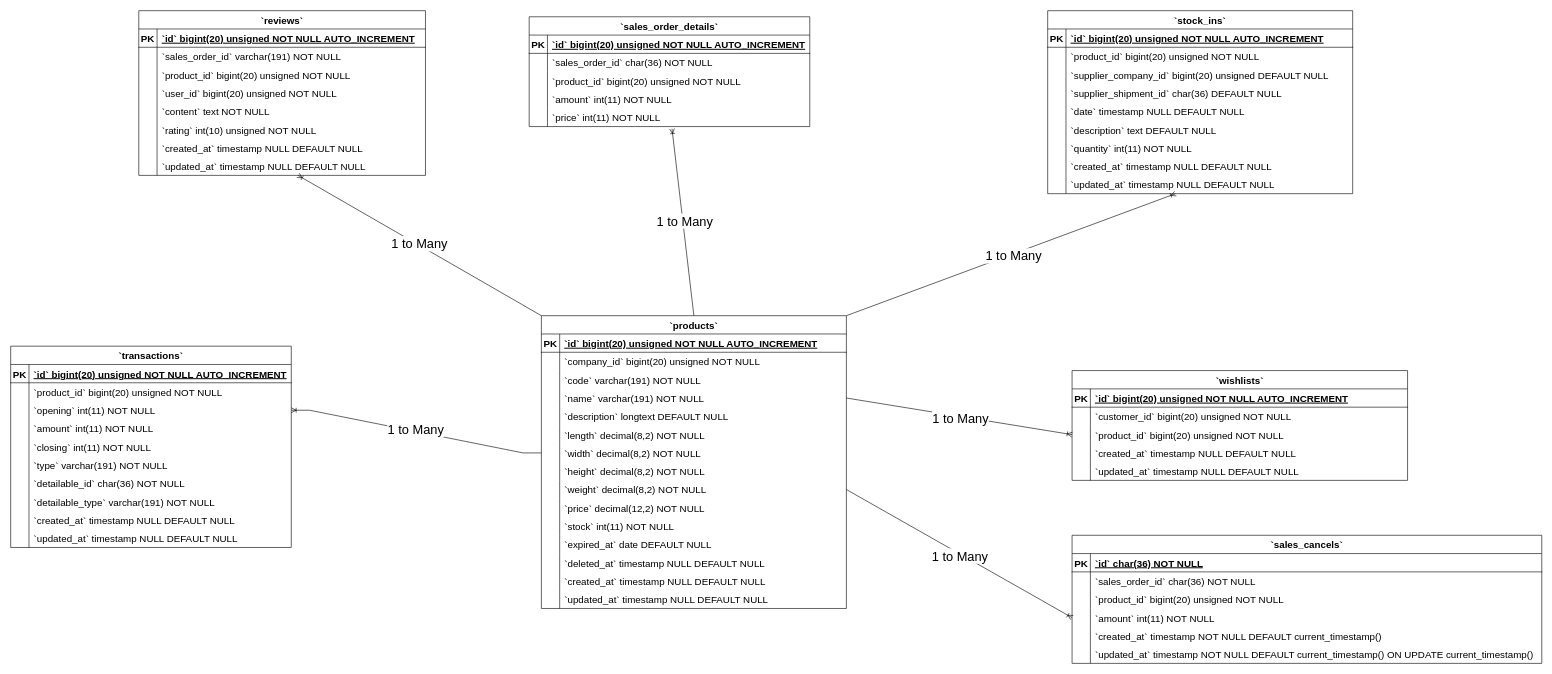
Above: Products Mandatory ERD Diagram.drawio in Simasco/diagram (draw.io), before the change. Source tidied: cells renumbered, new cells numbered last; positions are measured from the earlier drawing's top-left corner, leaving out a move shared by most shapes. Both pictures are drawn from the tidied source at 61%, with x=0, y=0 at pixel (10, 10).
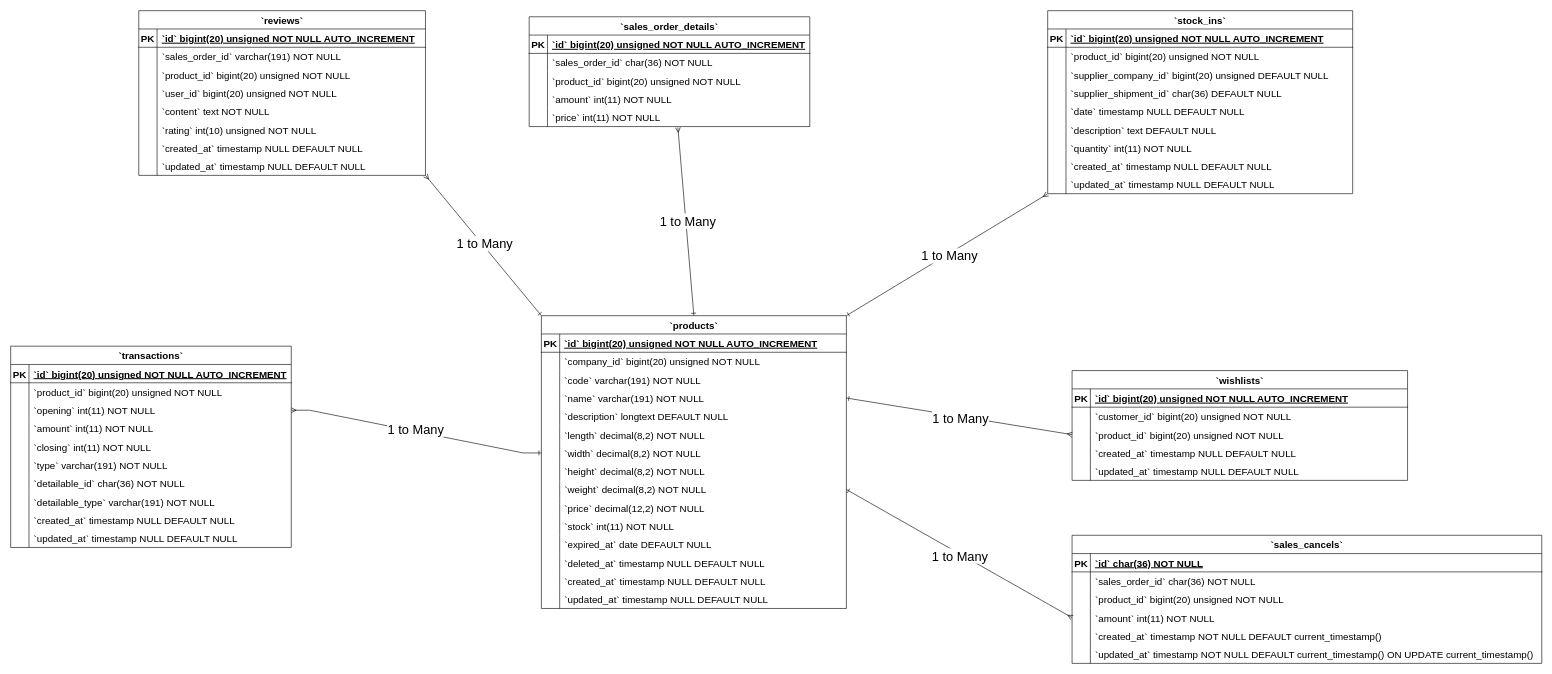
The same diagram, later.

The change refers to these unchanged cells:
```xml
<mxCell id="2" value="`products`" style="shape=table;startSize=30;childLayout=tableLayout;rowLines=0;fontStyle=1;align=center;fontSize=16;" parent="1" vertex="1">
  <mxGeometry x="870" y="500" width="500" height="480" as="geometry" />
</mxCell>
<mxCell id="12" style="shape=tableRow;horizontal=0;startSize=0;swimlaneHead=0;swimlaneBody=0;fillColor=none;points=[[0,0.5],[1,0.5]];portConstraint=eastwest;strokeColor=inherit;top=0;left=0;right=0;bottom=0;fontSize=16;" parent="2" vertex="1">
  <mxGeometry y="120" width="500" height="30" as="geometry" />
</mxCell>
<mxCell id="21" style="shape=tableRow;horizontal=0;startSize=0;swimlaneHead=0;swimlaneBody=0;fillColor=none;points=[[0,0.5],[1,0.5]];portConstraint=eastwest;strokeColor=inherit;top=0;left=0;right=0;bottom=0;fontSize=16;" parent="2" vertex="1">
  <mxGeometry y="210" width="500" height="30" as="geometry" />
</mxCell>
<mxCell id="27" style="shape=tableRow;horizontal=0;startSize=0;swimlaneHead=0;swimlaneBody=0;fillColor=none;points=[[0,0.5],[1,0.5]];portConstraint=eastwest;strokeColor=inherit;top=0;left=0;right=0;bottom=0;fontSize=16;" parent="2" vertex="1">
  <mxGeometry y="270" width="500" height="30" as="geometry" />
</mxCell>
<mxCell id="55" style="shape=tableRow;horizontal=0;startSize=0;swimlaneHead=0;swimlaneBody=0;fillColor=none;points=[[0,0.5],[1,0.5]];portConstraint=eastwest;strokeColor=inherit;top=0;left=0;right=0;bottom=0;fontSize=16;" parent="48" vertex="1">
  <mxGeometry y="90" width="460" height="30" as="geometry" />
</mxCell>
<mxCell id="101" style="shape=tableRow;horizontal=0;startSize=0;swimlaneHead=0;swimlaneBody=0;fillColor=none;points=[[0,0.5],[1,0.5]];portConstraint=eastwest;strokeColor=inherit;top=0;left=0;right=0;bottom=0;fontSize=16;" parent="79" vertex="1">
  <mxGeometry y="240" width="470" height="30" as="geometry" />
</mxCell>
<mxCell id="114" style="shape=tableRow;horizontal=0;startSize=0;swimlaneHead=0;swimlaneBody=0;fillColor=none;points=[[0,0.5],[1,0.5]];portConstraint=eastwest;strokeColor=inherit;top=0;left=0;right=0;bottom=0;fontSize=16;" parent="104" vertex="1">
  <mxGeometry y="120" width="770" height="30" as="geometry" />
</mxCell>
<mxCell id="136" style="shape=tableRow;horizontal=0;startSize=0;swimlaneHead=0;swimlaneBody=0;fillColor=none;points=[[0,0.5],[1,0.5]];portConstraint=eastwest;strokeColor=inherit;top=0;left=0;right=0;bottom=0;fontSize=16;" parent="123" vertex="1">
  <mxGeometry y="150" width="460" height="30" as="geometry" />
</mxCell>
<mxCell id="164" style="shape=tableRow;horizontal=0;startSize=0;swimlaneHead=0;swimlaneBody=0;fillColor=none;points=[[0,0.5],[1,0.5]];portConstraint=eastwest;strokeColor=inherit;top=0;left=0;right=0;bottom=0;fontSize=16;" parent="139" vertex="1">
  <mxGeometry y="270" width="500" height="30" as="geometry" />
</mxCell>
<mxCell id="174" style="shape=tableRow;horizontal=0;startSize=0;swimlaneHead=0;swimlaneBody=0;fillColor=none;points=[[0,0.5],[1,0.5]];portConstraint=eastwest;strokeColor=inherit;top=0;left=0;right=0;bottom=0;fontSize=16;" parent="167" vertex="1">
  <mxGeometry y="90" width="550" height="30" as="geometry" />
</mxCell>
```

Change to the diagram source:
```diff
@@
-    <mxCell id="183" style="edgeStyle=entityRelationEdgeStyle;fontSize=12;html=1;endArrow=ERoneToMany;rounded=0;exitX=0;exitY=0.5;exitDx=0;exitDy=0;entryX=1;entryY=0.5;entryDx=0;entryDy=0;" parent="1" edge="1" source="21" target="55">
+    <mxCell id="183" style="edgeStyle=entityRelationEdgeStyle;fontSize=12;html=1;endArrow=ERmany;rounded=0;exitX=0;exitY=0.5;exitDx=0;exitDy=0;entryX=1;entryY=0.5;entryDx=0;entryDy=0;startArrow=ERone;startFill=0;endFill=0;" parent="1" edge="1" source="21" target="55">
       <mxGeometry relative="1" as="geometry" />
     </mxCell>
@@
-    <mxCell id="185" style="fontSize=21;html=1;endArrow=ERoneToMany;rounded=0;exitX=0;exitY=0;exitDx=0;exitDy=0;" parent="1" edge="1" source="2" target="101">
-      <mxGeometry relative="1" as="geometry" />
+    <mxCell id="185" style="fontSize=21;html=1;endArrow=ERmany;rounded=0;exitX=0;exitY=0;exitDx=0;exitDy=0;endFill=0;startArrow=ERone;startFill=0;" parent="1" edge="1" source="2">
+      <mxGeometry relative="1" as="geometry">
+        <mxPoint x="680" y="270" as="targetPoint" />
+      </mxGeometry>
     </mxCell>
@@
-    <mxCell id="187" style="fontSize=12;html=1;endArrow=ERoneToMany;rounded=0;exitX=1;exitY=0.5;exitDx=0;exitDy=0;entryX=0;entryY=0.5;entryDx=0;entryDy=0;" parent="1" edge="1" source="27" target="114">
+    <mxCell id="187" style="fontSize=12;html=1;endArrow=ERmany;rounded=0;exitX=1;exitY=0.5;exitDx=0;exitDy=0;entryX=0;entryY=0.5;entryDx=0;entryDy=0;endFill=0;startArrow=ERone;startFill=0;" parent="1" edge="1" source="27" target="114">
       <mxGeometry relative="1" as="geometry" />
     </mxCell>
@@
-    <mxCell id="189" style="fontSize=12;html=1;endArrow=ERoneToMany;rounded=0;entryX=0;entryY=0.5;entryDx=0;entryDy=0;exitX=1;exitY=0.5;exitDx=0;exitDy=0;" parent="1" edge="1" source="12" target="174">
+    <mxCell id="189" style="fontSize=12;html=1;endArrow=ERmany;rounded=0;entryX=0;entryY=0.5;entryDx=0;entryDy=0;exitX=1;exitY=0.5;exitDx=0;exitDy=0;endFill=0;startArrow=ERone;startFill=0;" parent="1" edge="1" source="12" target="174">
       <mxGeometry relative="1" as="geometry" />
     </mxCell>
@@
-    <mxCell id="191" style="fontSize=12;html=1;endArrow=ERoneToMany;rounded=0;exitX=0.5;exitY=0;exitDx=0;exitDy=0;entryX=0.509;entryY=1.116;entryDx=0;entryDy=0;entryPerimeter=0;" parent="1" edge="1" source="2" target="136">
+    <mxCell id="191" style="fontSize=12;html=1;endArrow=ERmany;rounded=0;exitX=0.5;exitY=0;exitDx=0;exitDy=0;entryX=0.53;entryY=1.047;entryDx=0;entryDy=0;entryPerimeter=0;endFill=0;startArrow=ERone;startFill=0;" parent="1" edge="1" source="2" target="136">
       <mxGeometry relative="1" as="geometry" />
     </mxCell>
@@
-    <mxCell id="193" style="fontSize=12;html=1;endArrow=ERoneToMany;rounded=0;exitX=1;exitY=0;exitDx=0;exitDy=0;" parent="1" edge="1" source="2" target="164">
+    <mxCell id="193" style="fontSize=12;html=1;endArrow=ERmany;rounded=0;exitX=1;exitY=0;exitDx=0;exitDy=0;endFill=0;startArrow=ERone;startFill=0;entryX=-0.001;entryY=1.018;entryDx=0;entryDy=0;entryPerimeter=0;" parent="1" edge="1" source="2" target="164">
       <mxGeometry relative="1" as="geometry" />
     </mxCell>
```
